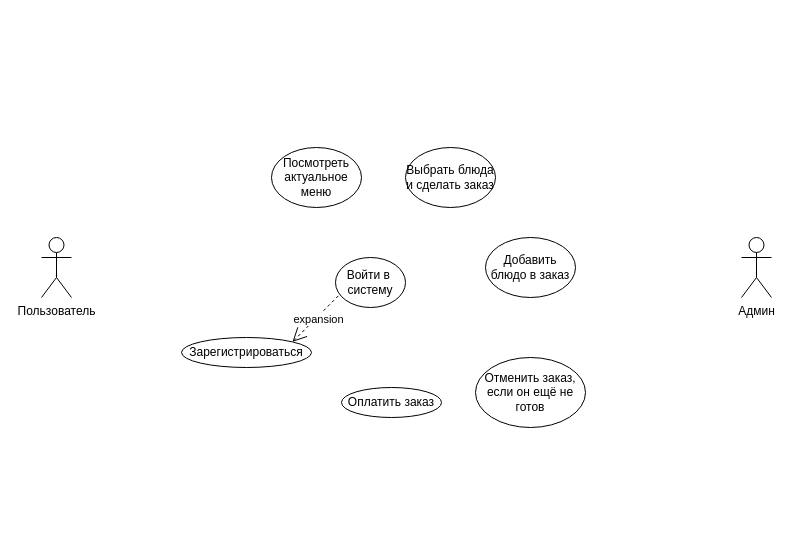
Above: Диаграмма без названия.drawio in nikitaptl/works-Java-Kotlin (draw.io), before the change. Source tidied: cells renumbered, new cells numbered last; positions are measured from the earlier drawing's top-left corner, leaving out a move shared by most shapes. Both pictures are drawn from the tidied source at 100%, with x=0, y=0 at pixel (41, 147).
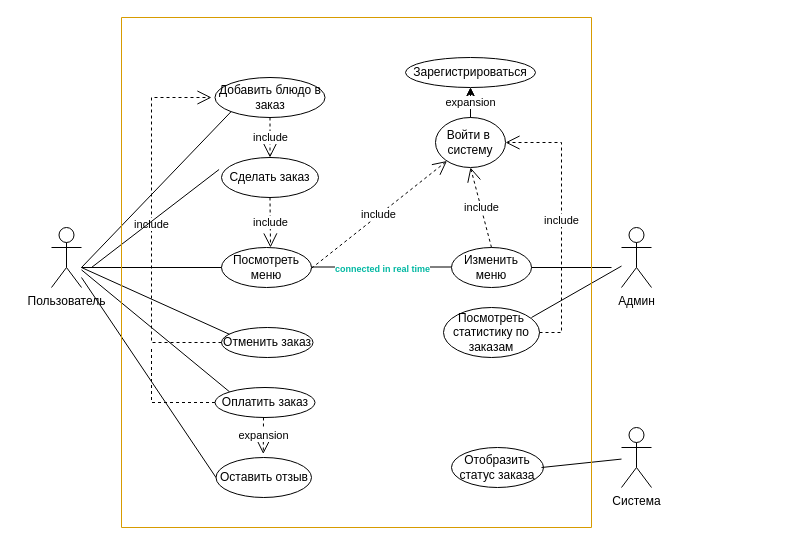
Above is the later version.

Change to the diagram source:
```diff
@@
-    <mxCell id="2" value="Пользователь" style="shape=umlActor;verticalLabelPosition=bottom;verticalAlign=top;html=1;outlineConnect=0;" parent="1" vertex="1">
-      <mxGeometry y="90" width="30" height="60" as="geometry" />
-    </mxCell>
     <mxCell id="3" value="Админ" style="shape=umlActor;verticalLabelPosition=bottom;verticalAlign=top;html=1;outlineConnect=0;" parent="1" vertex="1">
-      <mxGeometry x="700" y="90" width="30" height="60" as="geometry" />
+      <mxGeometry x="580" y="80" width="30" height="60" as="geometry" />
     </mxCell>
+    <mxCell id="13" style="edgeStyle=orthogonalEdgeStyle;rounded=0;jettySize=auto;html=1;" parent="1" edge="1" source="4" target="5">
+      <mxGeometry relative="1" as="geometry" />
+    </mxCell>
     <mxCell id="4" value="Войти в&amp;nbsp;&lt;br&gt;систему" style="ellipse;whiteSpace=wrap;html=1;" parent="1" vertex="1">
-      <mxGeometry x="294" y="110" width="70" height="50" as="geometry" />
+      <mxGeometry x="394" y="-30" width="70" height="50" as="geometry" />
     </mxCell>
     <mxCell id="5" value="Зарегистрироваться" style="ellipse;whiteSpace=wrap;html=1;" parent="1" vertex="1">
-      <mxGeometry x="140" y="190" width="130" height="30" as="geometry" />
+      <mxGeometry x="364" y="-90" width="130" height="30" as="geometry" />
     </mxCell>
-    <mxCell id="6" value="Посмотреть актуальное меню" style="ellipse;whiteSpace=wrap;html=1;" parent="1" vertex="1">
-      <mxGeometry x="230" width="90" height="60" as="geometry" />
+    <mxCell id="6" value="Посмотреть меню" style="ellipse;whiteSpace=wrap;html=1;" parent="1" vertex="1">
+      <mxGeometry x="180" y="100" width="90" height="40" as="geometry" />
     </mxCell>
     <mxCell id="7" value="Добавить блюдо в заказ" style="ellipse;whiteSpace=wrap;html=1;" parent="1" vertex="1">
-      <mxGeometry x="444" y="90" width="90" height="60" as="geometry" />
+      <mxGeometry x="173.5" y="-70" width="110" height="40" as="geometry" />
     </mxCell>
-    <mxCell id="8" value="Выбрать блюда и сделать заказ" style="ellipse;whiteSpace=wrap;html=1;" parent="1" vertex="1">
-      <mxGeometry x="364" width="90" height="60" as="geometry" />
+    <mxCell id="8" value="Сделать заказ" style="ellipse;whiteSpace=wrap;html=1;" parent="1" vertex="1">
+      <mxGeometry x="180" y="10" width="97" height="40" as="geometry" />
     </mxCell>
-    <mxCell id="9" value="Отменить заказ, если он ещё не готов" style="ellipse;whiteSpace=wrap;html=1;" parent="1" vertex="1">
-      <mxGeometry x="434" y="210" width="110" height="70" as="geometry" />
+    <mxCell id="9" value="Отменить заказ" style="ellipse;whiteSpace=wrap;html=1;" parent="1" vertex="1">
+      <mxGeometry x="180" y="180" width="91.5" height="30" as="geometry" />
     </mxCell>
     <mxCell id="10" value="Оплатить заказ" style="ellipse;whiteSpace=wrap;html=1;" parent="1" vertex="1">
-      <mxGeometry x="300" y="240" width="100" height="30" as="geometry" />
+      <mxGeometry x="173.5" y="240" width="100" height="30" as="geometry" />
     </mxCell>
-    <mxCell id="11" style="endArrow=open;endSize=12;dashed=1;html=1;rounded=0;entryX=1;entryY=0;entryDx=0;entryDy=0;exitX=0.04;exitY=0.768;exitDx=0;exitDy=0;exitPerimeter=0;" parent="1" edge="1" source="4" target="5">
-      <mxGeometry relative="1" as="geometry" />
-    </mxCell>
-    <mxCell id="12" value="expansion" style="edgeLabel;html=1;align=center;verticalAlign=middle;" parent="11" vertex="1">
-      <mxGeometry x="-0.06" y="2" relative="1" as="geometry" />
-    </mxCell>
+    <mxCell id="14" value="include" style="endArrow=open;endSize=12;dashed=1;html=1;rounded=0;" parent="1" edge="1" target="4">
+      <mxGeometry relative="1" as="geometry">
+        <mxPoint x="270" y="120.8" as="sourcePoint" />
+      </mxGeometry>
+    </mxCell>
+    <mxCell id="15" value="include" style="endArrow=open;endSize=12;dashed=1;html=1;rounded=0;exitX=0.5;exitY=1;exitDx=0;exitDy=0;" parent="1" edge="1" source="8">
+      <mxGeometry relative="1" as="geometry">
+        <mxPoint x="229" y="100" as="targetPoint" />
+      </mxGeometry>
+    </mxCell>
+    <mxCell id="16" value="include" style="endArrow=open;endSize=12;dashed=1;html=1;rounded=0;entryX=0.5;entryY=0;entryDx=0;entryDy=0;exitX=0.5;exitY=1;exitDx=0;exitDy=0;" parent="1" edge="1" source="7" target="8">
+      <mxGeometry relative="1" as="geometry" />
+    </mxCell>
+    <mxCell id="17" value="expansion" style="endArrow=open;endSize=12;dashed=1;html=1;rounded=0;entryX=0.5;entryY=1;entryDx=0;entryDy=0;" parent="1" edge="1" source="4" target="5">
+      <mxGeometry relative="1" as="geometry" />
+    </mxCell>
+    <mxCell id="18" value="include" style="endArrow=open;endSize=12;dashed=1;html=1;rounded=0;exitX=0;exitY=0.5;exitDx=0;exitDy=0;" parent="1" edge="1" source="9">
+      <mxGeometry relative="1" as="geometry">
+        <mxPoint x="170" y="-50" as="targetPoint" />
+        <Array as="points">
+          <mxPoint x="110" y="195" />
+          <mxPoint x="110" y="-50" />
+        </Array>
+      </mxGeometry>
+    </mxCell>
+    <mxCell id="19" style="endArrow=none;dashed=1;html=1;rounded=0;exitX=0;exitY=0.5;exitDx=0;exitDy=0;" parent="1" edge="1" source="10">
+      <mxGeometry relative="1" as="geometry">
+        <mxPoint x="110" y="200" as="targetPoint" />
+        <Array as="points">
+          <mxPoint x="110" y="255" />
+        </Array>
+      </mxGeometry>
+    </mxCell>
+    <mxCell id="2" value="Пользователь" style="shape=umlActor;verticalLabelPosition=bottom;verticalAlign=top;html=1;outlineConnect=0;" parent="1" vertex="1">
+      <mxGeometry x="10" y="80" width="30" height="60" as="geometry" />
+    </mxCell>
+    <mxCell id="20" style="endArrow=none;html=1;rounded=0;entryX=0;entryY=0;entryDx=0;entryDy=0;" parent="1" edge="1" source="2" target="10">
+      <mxGeometry relative="1" as="geometry" />
+    </mxCell>
+    <mxCell id="21" style="endArrow=none;html=1;rounded=0;entryX=0.087;entryY=0.227;entryDx=0;entryDy=0;entryPerimeter=0;" parent="1" edge="1" target="9">
+      <mxGeometry relative="1" as="geometry">
+        <mxPoint x="40" y="120" as="sourcePoint" />
+      </mxGeometry>
+    </mxCell>
+    <mxCell id="22" style="endArrow=none;html=1;rounded=0;entryX=0;entryY=0.5;entryDx=0;entryDy=0;" parent="1" edge="1" target="6">
+      <mxGeometry relative="1" as="geometry">
+        <mxPoint x="40" y="120" as="sourcePoint" />
+      </mxGeometry>
+    </mxCell>
+    <mxCell id="23" style="endArrow=none;html=1;rounded=0;entryX=-0.025;entryY=0.3;entryDx=0;entryDy=0;entryPerimeter=0;" parent="1" edge="1" target="8">
+      <mxGeometry relative="1" as="geometry">
+        <mxPoint x="50" y="120" as="sourcePoint" />
+      </mxGeometry>
+    </mxCell>
+    <mxCell id="24" style="endArrow=none;html=1;rounded=0;entryX=0;entryY=1;entryDx=0;entryDy=0;" parent="1" edge="1" target="7">
+      <mxGeometry relative="1" as="geometry">
+        <mxPoint x="40" y="120" as="sourcePoint" />
+      </mxGeometry>
+    </mxCell>
+    <mxCell id="25" value="Изменить меню" style="ellipse;whiteSpace=wrap;html=1;" parent="1" vertex="1">
+      <mxGeometry x="410" y="100" width="80" height="40" as="geometry" />
+    </mxCell>
+    <mxCell id="26" value="include" style="endArrow=open;endSize=12;dashed=1;html=1;rounded=0;exitX=0.5;exitY=0;exitDx=0;exitDy=0;entryX=0.5;entryY=1;entryDx=0;entryDy=0;" parent="1" edge="1" source="25" target="4">
+      <mxGeometry relative="1" as="geometry" />
+    </mxCell>
+    <mxCell id="27" style="endArrow=none;html=1;rounded=0;entryX=0;entryY=0.5;entryDx=0;entryDy=0;" parent="1" edge="1">
+      <mxGeometry relative="1" as="geometry">
+        <mxPoint x="270" y="119.5" as="sourcePoint" />
+        <mxPoint x="410" y="119.5" as="targetPoint" />
+      </mxGeometry>
+    </mxCell>
+    <mxCell id="28" value="&lt;b&gt;&lt;font color=&quot;#00b8a2&quot; style=&quot;font-size: 9px;&quot;&gt;connected in real time&lt;/font&gt;&lt;/b&gt;" style="edgeLabel;html=1;align=center;verticalAlign=middle;" parent="27" vertex="1">
+      <mxGeometry x="0.25" y="2" relative="1" as="geometry">
+        <mxPoint x="-18" y="3" as="offset" />
+      </mxGeometry>
+    </mxCell>
+    <mxCell id="29" value="Оставить отзыв" style="ellipse;whiteSpace=wrap;html=1;" parent="1" vertex="1">
+      <mxGeometry x="174.5" y="310" width="95.5" height="40" as="geometry" />
+    </mxCell>
+    <mxCell id="30" value="expansion" style="endArrow=open;endSize=12;dashed=1;html=1;rounded=0;entryX=0.495;entryY=-0.089;entryDx=0;entryDy=0;entryPerimeter=0;" parent="1" edge="1" target="29">
+      <mxGeometry relative="1" as="geometry">
+        <mxPoint x="222" y="270" as="sourcePoint" />
+      </mxGeometry>
+    </mxCell>
+    <mxCell id="31" style="endArrow=none;html=1;rounded=0;entryX=0;entryY=0.5;entryDx=0;entryDy=0;" parent="1" edge="1" target="29">
+      <mxGeometry relative="1" as="geometry">
+        <mxPoint x="40" y="130" as="sourcePoint" />
+      </mxGeometry>
+    </mxCell>
+    <mxCell id="32" value="Посмотреть статистику по заказам" style="ellipse;whiteSpace=wrap;html=1;" parent="1" vertex="1">
+      <mxGeometry x="402" y="160" width="96" height="50" as="geometry" />
+    </mxCell>
+    <mxCell id="33" value="include" style="endArrow=open;endSize=12;dashed=1;html=1;rounded=0;exitX=1;exitY=0.5;exitDx=0;exitDy=0;entryX=1;entryY=0.5;entryDx=0;entryDy=0;" parent="1" edge="1" source="32" target="4">
+      <mxGeometry relative="1" as="geometry">
+        <Array as="points">
+          <mxPoint x="520" y="185" />
+          <mxPoint x="520" y="-5" />
+        </Array>
+      </mxGeometry>
+    </mxCell>
+    <mxCell id="34" style="endArrow=none;html=1;rounded=0;" parent="1" edge="1">
+      <mxGeometry relative="1" as="geometry">
+        <mxPoint x="490" y="120" as="sourcePoint" />
+        <mxPoint x="570" y="120" as="targetPoint" />
+      </mxGeometry>
+    </mxCell>
+    <mxCell id="35" style="endArrow=none;html=1;rounded=0;" parent="1" edge="1" target="3">
+      <mxGeometry relative="1" as="geometry">
+        <mxPoint x="490" y="170" as="sourcePoint" />
+      </mxGeometry>
+    </mxCell>
+    <mxCell id="36" value="Система" style="shape=umlActor;verticalLabelPosition=bottom;verticalAlign=top;html=1;outlineConnect=0;" parent="1" vertex="1">
+      <mxGeometry x="580" y="280" width="30" height="60" as="geometry" />
+    </mxCell>
+    <mxCell id="37" value="Отобразить статус заказа" style="ellipse;whiteSpace=wrap;html=1;" parent="1" vertex="1">
+      <mxGeometry x="410" y="300" width="92" height="40" as="geometry" />
+    </mxCell>
+    <mxCell id="38" style="endArrow=none;html=1;rounded=0;" parent="1" edge="1" target="36">
+      <mxGeometry relative="1" as="geometry">
+        <mxPoint x="500" y="320" as="sourcePoint" />
+      </mxGeometry>
+    </mxCell>
+    <mxCell id="39" style="endArrow=none;html=1;rounded=0;fillColor=#ffe6cc;strokeColor=#d79b00;" parent="1" edge="1">
+      <mxGeometry relative="1" as="geometry">
+        <mxPoint x="80" y="-130" as="sourcePoint" />
+        <mxPoint x="80" y="-130" as="targetPoint" />
+        <Array as="points">
+          <mxPoint x="80" y="380" />
+          <mxPoint x="550" y="380" />
+          <mxPoint x="550" y="-130" />
+        </Array>
+      </mxGeometry>
+    </mxCell>
```
